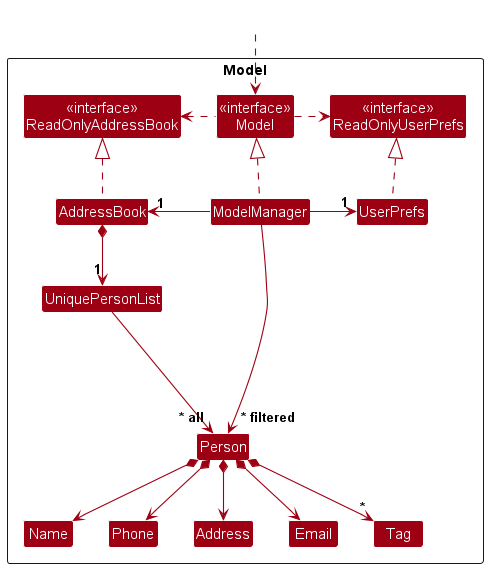
Earlier version of the PlantUML export docs/images/ModelClassDiagram.png (sheryew/tp).
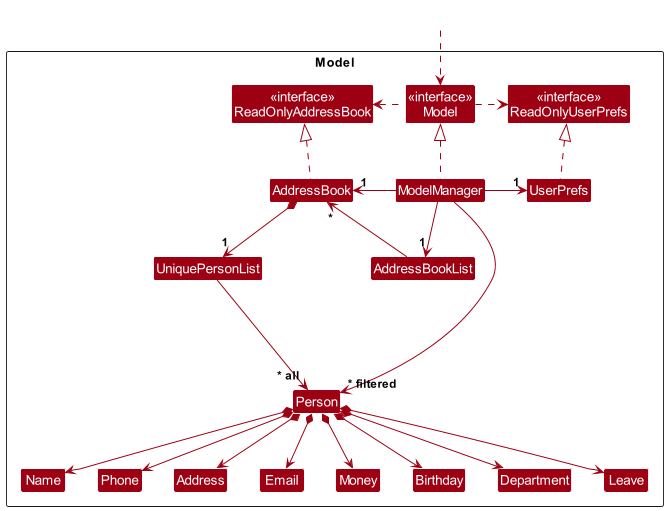
After the change.

Commit message:
Save the model diagram to images

What changed in the source:
```diff
@@ -11,6 +11,7 @@
 Class AddressBook
 Class ModelManager
 Class UserPrefs
+Class AddressBookList
 
 Class UniquePersonList
 Class Person
@@ -18,7 +19,10 @@
 Class Email
 Class Name
 Class Phone
-Class Tag
+Class Money
+Class Birthday
+Class Department
+Class Leave
 
 Class I #FFFFFF
 }
@@ -34,6 +38,8 @@
 ModelManager -left-> "1" AddressBook
 ModelManager -right-> "1" UserPrefs
 UserPrefs .up.|> ReadOnlyUserPrefs
+ModelManager -down-> "1" AddressBookList
+AddressBookList -up-> "*" AddressBook
 
 AddressBook *--> "1" UniquePersonList
 UniquePersonList --> "~* all" Person
@@ -41,7 +47,10 @@
 Person *--> Phone
 Person *--> Email
 Person *--> Address
-Person *--> "*" Tag
+Person *--> Money
+Person *--> Birthday
+Person *--> Department
+Person *--> Leave
 
 Person -[hidden]up--> I
 UniquePersonList -[hidden]right-> I
```
